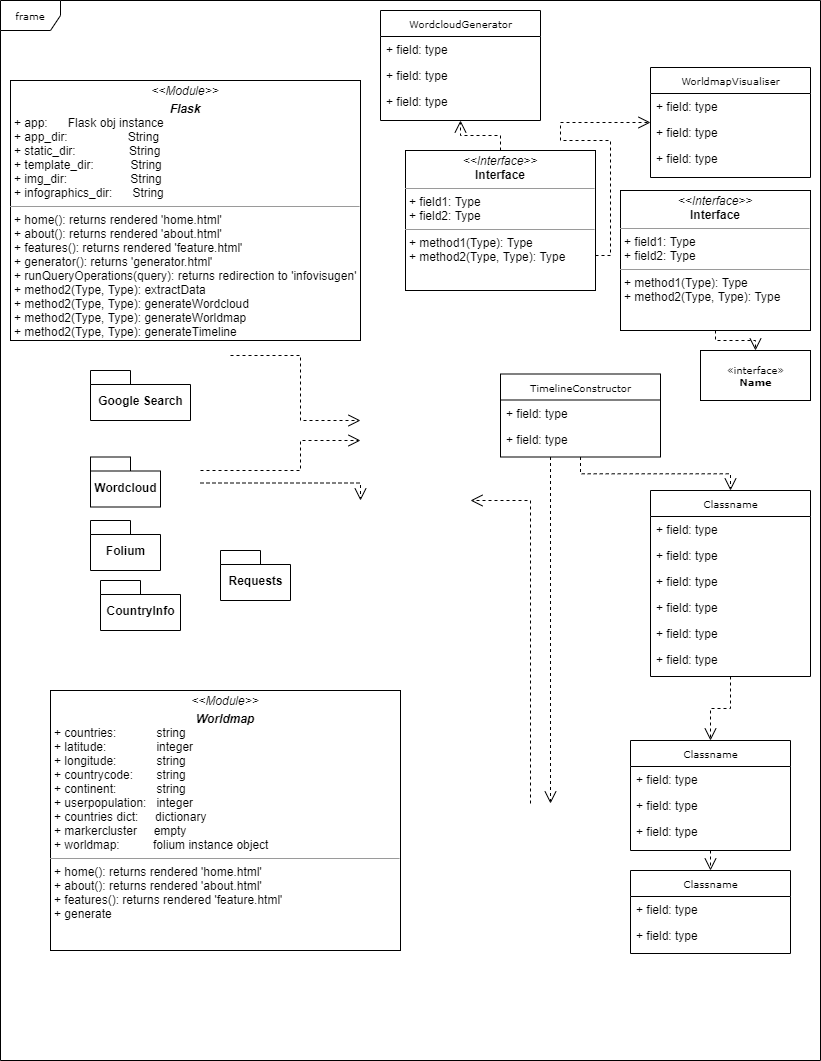
Before: Documentation/Design/GIFT-UML-Diagram.png, a diagram exported from draw.io (John8790909/Generating-Infographics-from-Text). Source tidied: cells renumbered, new cells last; positions are measured from the earlier drawing's top-left corner, leaving out a move shared by most shapes.
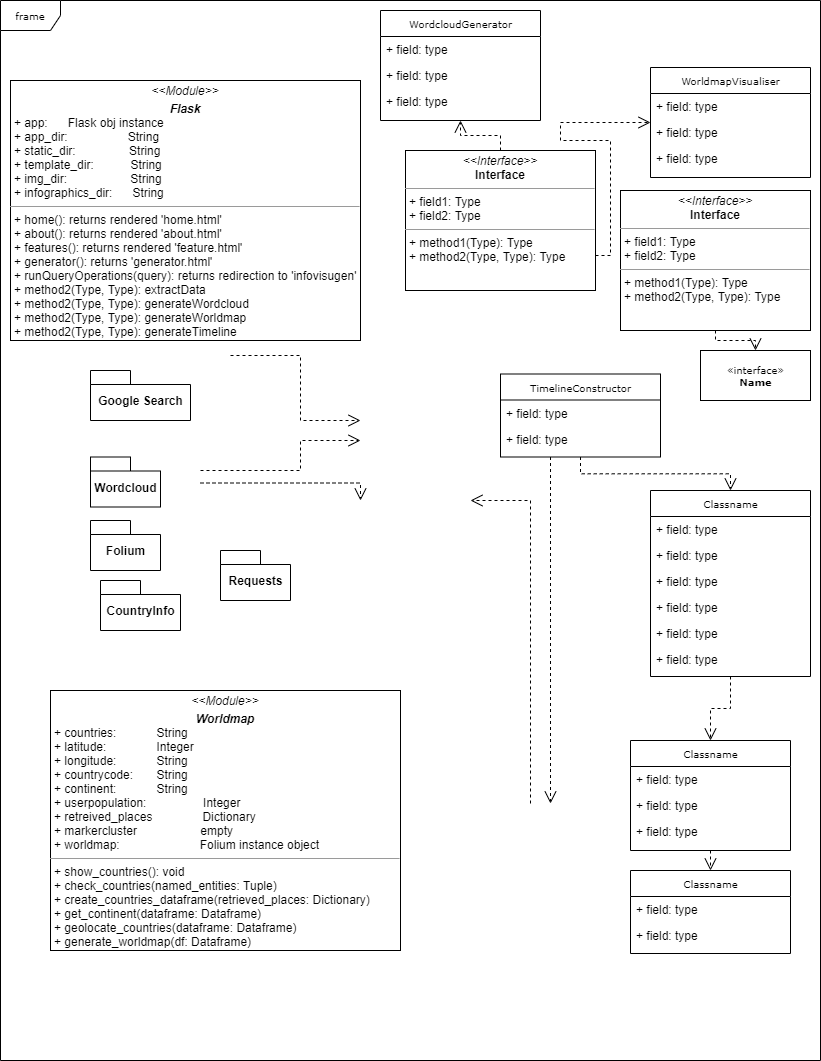
The same file after the commit.

The edit, as a diff of the source:
```diff
@@ -175,7 +175,7 @@
     <mxCell id="47" value="Requests" style="shape=folder;fontStyle=1;spacingTop=10;tabWidth=40;tabHeight=14;tabPosition=left;html=1;" parent="1" vertex="1">
       <mxGeometry x="220" y="550" width="70" height="50" as="geometry" />
     </mxCell>
-    <mxCell id="48" value="&lt;p style=&quot;margin: 0px ; margin-top: 4px ; text-align: center&quot;&gt;&lt;i&gt;&amp;lt;&amp;lt;Module&amp;gt;&amp;gt;&lt;/i&gt;&lt;/p&gt;&lt;p style=&quot;margin: 0px ; margin-top: 4px ; text-align: center&quot;&gt;&lt;b&gt;&lt;i&gt;Worldmap&lt;/i&gt;&lt;/b&gt;&lt;/p&gt;&lt;p style=&quot;margin: 0px ; margin-left: 4px&quot;&gt;+ countries:&amp;nbsp; &amp;nbsp; &amp;nbsp; &amp;nbsp; &amp;nbsp; &amp;nbsp; string&lt;br&gt;+ latitude:&amp;nbsp; &amp;nbsp; &amp;nbsp; &amp;nbsp; &amp;nbsp; &amp;nbsp; &amp;nbsp; &amp;nbsp;integer&lt;/p&gt;&lt;p style=&quot;margin: 0px ; margin-left: 4px&quot;&gt;+ longitude:&amp;nbsp; &amp;nbsp; &amp;nbsp; &amp;nbsp; &amp;nbsp; &amp;nbsp; string&lt;/p&gt;&lt;p style=&quot;margin: 0px ; margin-left: 4px&quot;&gt;+ countrycode:&amp;nbsp; &amp;nbsp; &amp;nbsp; &amp;nbsp;string&lt;/p&gt;&lt;p style=&quot;margin: 0px ; margin-left: 4px&quot;&gt;+ continent:&amp;nbsp; &amp;nbsp; &amp;nbsp; &amp;nbsp; &amp;nbsp; &amp;nbsp; string&lt;/p&gt;&lt;p style=&quot;margin: 0px ; margin-left: 4px&quot;&gt;+ userpopulation:&amp;nbsp; &amp;nbsp;integer&lt;/p&gt;&lt;p style=&quot;margin: 0px ; margin-left: 4px&quot;&gt;+ countries dict:&amp;nbsp; &amp;nbsp; &amp;nbsp;dictionary&lt;/p&gt;&lt;p style=&quot;margin: 0px ; margin-left: 4px&quot;&gt;+ markercluster&amp;nbsp; &amp;nbsp; &amp;nbsp;empty&lt;/p&gt;&lt;p style=&quot;margin: 0px ; margin-left: 4px&quot;&gt;+ worldmap:&amp;nbsp; &amp;nbsp; &amp;nbsp; &amp;nbsp; &amp;nbsp; folium instance object&lt;/p&gt;&lt;hr size=&quot;1&quot;&gt;&lt;p style=&quot;margin: 0px ; margin-left: 4px&quot;&gt;+ home(): returns rendered 'home.html'&lt;/p&gt;&lt;p style=&quot;margin: 0px ; margin-left: 4px&quot;&gt;+ about(): returns rendered 'about.html'&lt;/p&gt;&lt;p style=&quot;margin: 0px ; margin-left: 4px&quot;&gt;+ features(): returns rendered 'feature.html'&lt;/p&gt;&lt;p style=&quot;margin: 0px ; margin-left: 4px&quot;&gt;+ generate&lt;/p&gt;&lt;p style=&quot;margin: 0px ; margin-left: 4px&quot;&gt;&lt;br&gt;&lt;/p&gt;" style="verticalAlign=top;align=left;overflow=fill;fontSize=12;fontFamily=Helvetica;html=1;rounded=0;shadow=0;comic=0;labelBackgroundColor=none;strokeWidth=1;" parent="1" vertex="1">
+    <mxCell id="48" value="&lt;p style=&quot;margin: 0px ; margin-top: 4px ; text-align: center&quot;&gt;&lt;i&gt;&amp;lt;&amp;lt;Module&amp;gt;&amp;gt;&lt;/i&gt;&lt;/p&gt;&lt;p style=&quot;margin: 0px ; margin-top: 4px ; text-align: center&quot;&gt;&lt;b&gt;&lt;i&gt;Worldmap&lt;/i&gt;&lt;/b&gt;&lt;/p&gt;&lt;p style=&quot;margin: 0px ; margin-left: 4px&quot;&gt;+ countries:&amp;nbsp; &amp;nbsp; &amp;nbsp; &amp;nbsp; &amp;nbsp; &amp;nbsp; String&lt;br&gt;+ latitude:&amp;nbsp; &amp;nbsp; &amp;nbsp; &amp;nbsp; &amp;nbsp; &amp;nbsp; &amp;nbsp; &amp;nbsp;Integer&lt;/p&gt;&lt;p style=&quot;margin: 0px ; margin-left: 4px&quot;&gt;+ longitude:&amp;nbsp; &amp;nbsp; &amp;nbsp; &amp;nbsp; &amp;nbsp; &amp;nbsp; String&lt;/p&gt;&lt;p style=&quot;margin: 0px ; margin-left: 4px&quot;&gt;+ countrycode:&amp;nbsp; &amp;nbsp; &amp;nbsp; &amp;nbsp;String&lt;/p&gt;&lt;p style=&quot;margin: 0px ; margin-left: 4px&quot;&gt;+ continent:&amp;nbsp; &amp;nbsp; &amp;nbsp; &amp;nbsp; &amp;nbsp; &amp;nbsp; String&lt;/p&gt;&lt;p style=&quot;margin: 0px ; margin-left: 4px&quot;&gt;+ userpopulation:&amp;nbsp; &amp;nbsp; &amp;nbsp; &amp;nbsp; &amp;nbsp; &amp;nbsp; &amp;nbsp; &amp;nbsp; &amp;nbsp;Integer&lt;/p&gt;&lt;p style=&quot;margin: 0px ; margin-left: 4px&quot;&gt;+ retreived_places&amp;nbsp; &amp;nbsp; &amp;nbsp; &amp;nbsp; &amp;nbsp; &amp;nbsp; &amp;nbsp; &amp;nbsp;Dictionary&lt;/p&gt;&lt;p style=&quot;margin: 0px ; margin-left: 4px&quot;&gt;+ markercluster&amp;nbsp; &amp;nbsp; &amp;nbsp; &amp;nbsp; &amp;nbsp; &amp;nbsp; &amp;nbsp; &amp;nbsp; &amp;nbsp; &amp;nbsp;empty&lt;/p&gt;&lt;p style=&quot;margin: 0px ; margin-left: 4px&quot;&gt;+ worldmap:&amp;nbsp; &amp;nbsp; &amp;nbsp; &amp;nbsp; &amp;nbsp; &amp;nbsp; &amp;nbsp; &amp;nbsp; &amp;nbsp; &amp;nbsp; &amp;nbsp; &amp;nbsp; Folium instance object&lt;/p&gt;&lt;hr size=&quot;1&quot;&gt;&lt;p style=&quot;margin: 0px ; margin-left: 4px&quot;&gt;+ show_countries(): void&lt;/p&gt;&lt;p style=&quot;margin: 0px ; margin-left: 4px&quot;&gt;+ check_countries(named_entities: Tuple)&lt;/p&gt;&lt;p style=&quot;margin: 0px ; margin-left: 4px&quot;&gt;+ create_countries_dataframe(retrieved_places: Dictionary)&lt;/p&gt;&lt;p style=&quot;margin: 0px ; margin-left: 4px&quot;&gt;&lt;span&gt;+ get_continent(dataframe: Dataframe)&lt;/span&gt;&lt;/p&gt;&lt;p style=&quot;margin: 0px ; margin-left: 4px&quot;&gt;&lt;span&gt;+ geolocate_countries(dataframe: Dataframe)&lt;/span&gt;&lt;/p&gt;&lt;p style=&quot;margin: 0px ; margin-left: 4px&quot;&gt;+ generate_worldmap(df: Dataframe)&lt;/p&gt;&lt;p style=&quot;margin: 0px ; margin-left: 4px&quot;&gt;&lt;br&gt;&lt;/p&gt;&lt;p style=&quot;margin: 0px ; margin-left: 4px&quot;&gt;&lt;br&gt;&lt;/p&gt;" style="verticalAlign=top;align=left;overflow=fill;fontSize=12;fontFamily=Helvetica;html=1;rounded=0;shadow=0;comic=0;labelBackgroundColor=none;strokeWidth=1;" parent="1" vertex="1">
       <mxGeometry x="50" y="690" width="350" height="260" as="geometry" />
     </mxCell>
   </root>
```
